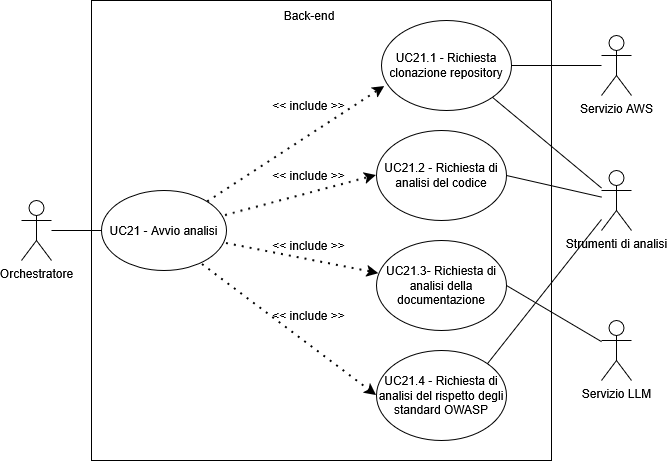
SkarabGroup/DocumentazioneProgetto keeps this draw.io diagram as assets/diagrams/UC21.png. Above is the earlier version. Source tidied: cells renumbered, new cells last; positions are measured from the earlier drawing's top-left corner, leaving out a move shared by most shapes.
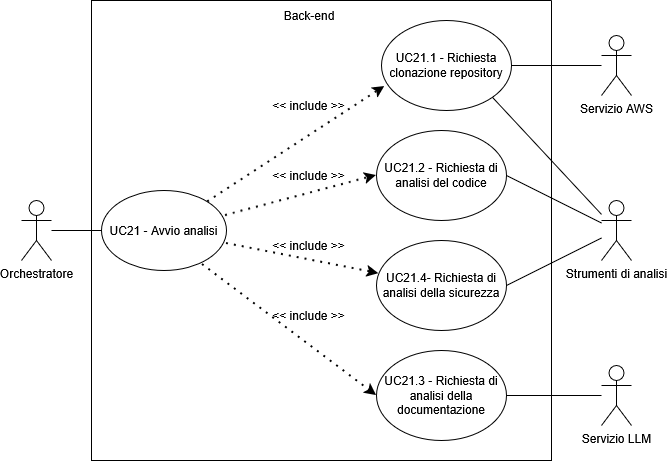
The same diagram one commit later.

Change to the diagram source:
```diff
@@ -29,7 +29,7 @@
     <mxCell id="10" value="&amp;lt;&amp;lt; include &amp;gt;&amp;gt;" style="text;html=1;whiteSpace=wrap;strokeColor=none;fillColor=none;align=center;verticalAlign=middle;rounded=0;" parent="3" vertex="1">
       <mxGeometry x="170" y="90" width="95" height="30" as="geometry" />
     </mxCell>
-    <mxCell id="11" value="UC21.3- Richiesta di analisi della documentazione" style="ellipse;whiteSpace=wrap;html=1;" parent="3" vertex="1">
+    <mxCell id="11" value="UC21.4- Richiesta di analisi della sicurezza" style="ellipse;whiteSpace=wrap;html=1;" parent="3" vertex="1">
       <mxGeometry x="285" y="240" width="130" height="90" as="geometry" />
     </mxCell>
     <mxCell id="12" style="endArrow=classic;dashed=1;html=1;dashPattern=1 3;strokeWidth=2;rounded=0;strokeColor=default;curved=0;endFill=1;endSize=6;exitX=1;exitY=0.663;exitDx=0;exitDy=0;exitPerimeter=0;" parent="3" edge="1" source="4" target="11">
@@ -41,7 +41,7 @@
     <mxCell id="14" value="Back-end" style="text;html=1;whiteSpace=wrap;strokeColor=none;fillColor=none;align=center;verticalAlign=middle;rounded=0;" parent="3" vertex="1">
       <mxGeometry x="182.5" width="70" height="30" as="geometry" />
     </mxCell>
-    <mxCell id="15" value="UC21.4 - Richiesta di analisi del rispetto degli standard OWASP" style="ellipse;whiteSpace=wrap;html=1;" parent="3" vertex="1">
+    <mxCell id="15" value="UC21.3 - Richiesta di analisi della documentazione" style="ellipse;whiteSpace=wrap;html=1;" parent="3" vertex="1">
       <mxGeometry x="285" y="350" width="130" height="90" as="geometry" />
     </mxCell>
     <mxCell id="16" style="endArrow=classic;dashed=1;html=1;dashPattern=1 3;strokeWidth=2;rounded=0;strokeColor=default;curved=0;endFill=1;endSize=6;exitX=0.808;exitY=0.925;exitDx=0;exitDy=0;entryX=0;entryY=0.5;entryDx=0;entryDy=0;exitPerimeter=0;" parent="3" edge="1" source="4" target="15">
@@ -60,10 +60,10 @@
       <mxGeometry relative="1" as="geometry" />
     </mxCell>
     <mxCell id="21" value="Strumenti di analisi" style="shape=umlActor;verticalLabelPosition=bottom;verticalAlign=top;html=1;outlineConnect=0;" parent="1" vertex="1">
-      <mxGeometry x="580" y="170" width="30" height="60" as="geometry" />
+      <mxGeometry x="580" y="200" width="30" height="60" as="geometry" />
     </mxCell>
     <mxCell id="22" value="Servizio LLM" style="shape=umlActor;verticalLabelPosition=bottom;verticalAlign=top;html=1;outlineConnect=0;" parent="1" vertex="1">
-      <mxGeometry x="580" y="320" width="30" height="60" as="geometry" />
+      <mxGeometry x="580" y="365" width="30" height="60" as="geometry" />
     </mxCell>
     <mxCell id="23" style="endArrow=none;html=1;rounded=0;exitX=1;exitY=1;exitDx=0;exitDy=0;" parent="1" edge="1" source="5" target="21">
       <mxGeometry relative="1" as="geometry" />
@@ -71,10 +71,10 @@
     <mxCell id="24" style="endArrow=none;html=1;rounded=0;exitX=1;exitY=0.5;exitDx=0;exitDy=0;" parent="1" edge="1" source="8" target="21">
       <mxGeometry relative="1" as="geometry" />
     </mxCell>
-    <mxCell id="25" style="endArrow=none;html=1;rounded=0;entryX=1;entryY=0;entryDx=0;entryDy=0;" parent="1" edge="1" source="21" target="15">
+    <mxCell id="25" style="endArrow=none;html=1;rounded=0;entryX=1;entryY=0.5;entryDx=0;entryDy=0;" parent="1" edge="1" source="21" target="11">
       <mxGeometry relative="1" as="geometry" />
     </mxCell>
-    <mxCell id="26" style="endArrow=none;html=1;rounded=0;exitX=1;exitY=0.5;exitDx=0;exitDy=0;" parent="1" edge="1" source="11" target="22">
+    <mxCell id="26" style="endArrow=none;html=1;rounded=0;exitX=1;exitY=0.5;exitDx=0;exitDy=0;" parent="1" edge="1" source="15" target="22">
       <mxGeometry relative="1" as="geometry" />
     </mxCell>
   </root>
```
